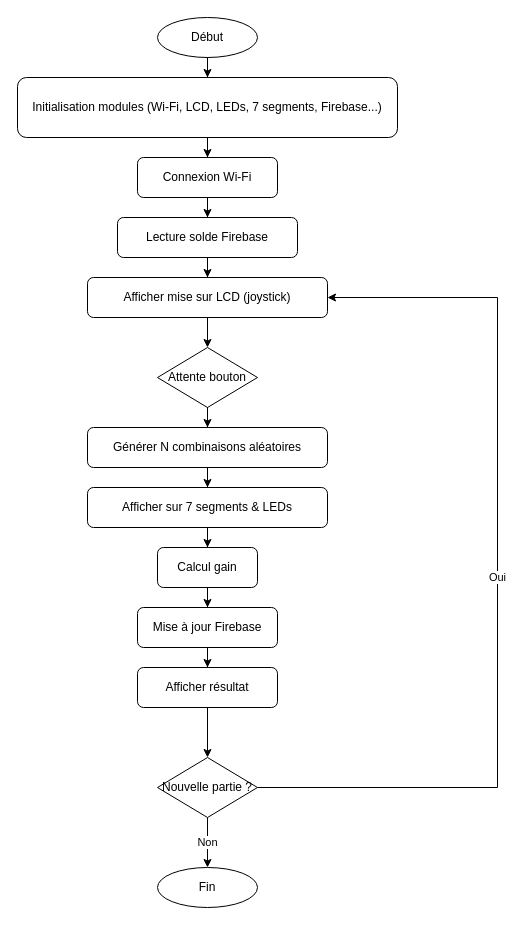
The draw.io diagram Projet-Elec-2025/ordinogramme.drawio in Akanaifu/Dev-Web-2024, before the edit. Source tidied: cells renumbered, new cells numbered last; positions are measured from the earlier drawing's top-left corner, leaving out a move shared by most shapes. Both pictures are drawn from the tidied source at 100%, with x=0, y=0 at pixel (17, 17).
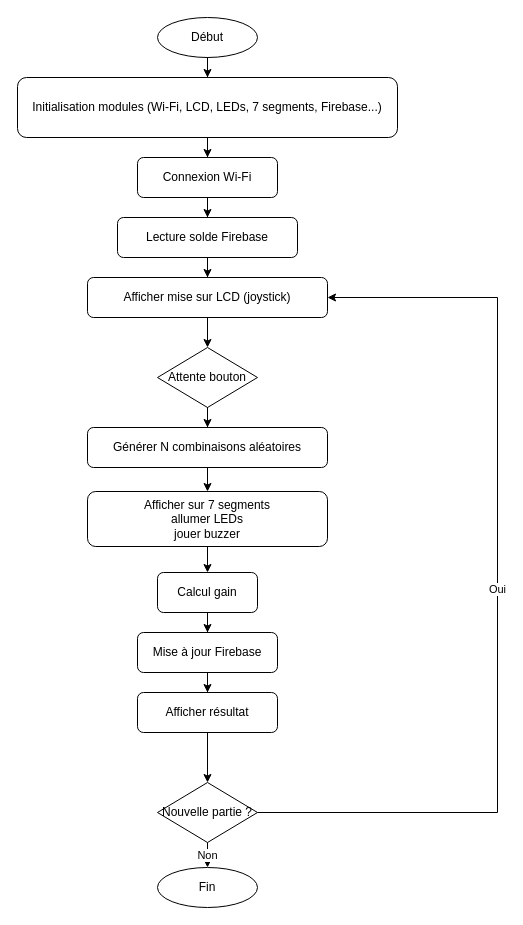
Above is the later version.

Diff of the diagram source:
```diff
@@
-    <mxCell id="9" value="Afficher sur 7 segments &amp; LEDs" style="rounded=1;whiteSpace=wrap;html=1;" parent="1" vertex="1">
-      <mxGeometry x="70" y="470" width="240" height="40" as="geometry" />
+    <mxCell id="9" value="Afficher sur 7 segments&lt;div&gt;allumer LEDs&lt;/div&gt;&lt;div&gt;jouer buzzer&lt;/div&gt;" style="rounded=1;whiteSpace=wrap;html=1;" parent="1" vertex="1">
+      <mxGeometry x="70" y="474" width="240" height="55" as="geometry" />
     </mxCell>
     <mxCell id="10" value="Calcul gain" style="rounded=1;whiteSpace=wrap;html=1;" parent="1" vertex="1">
-      <mxGeometry x="140" y="530" width="100" height="40" as="geometry" />
+      <mxGeometry x="140" y="555" width="100" height="40" as="geometry" />
     </mxCell>
     <mxCell id="11" value="Mise à jour Firebase" style="rounded=1;whiteSpace=wrap;html=1;" parent="1" vertex="1">
-      <mxGeometry x="120" y="590" width="140" height="40" as="geometry" />
+      <mxGeometry x="120" y="615" width="140" height="40" as="geometry" />
     </mxCell>
     <mxCell id="12" value="Afficher résultat" style="rounded=1;whiteSpace=wrap;html=1;" parent="1" vertex="1">
-      <mxGeometry x="120" y="650" width="140" height="40" as="geometry" />
+      <mxGeometry x="120" y="675" width="140" height="40" as="geometry" />
     </mxCell>
     <mxCell id="13" value="Nouvelle partie ?" style="rhombus;whiteSpace=wrap;html=1;" parent="1" vertex="1">
-      <mxGeometry x="140" y="740" width="100" height="60" as="geometry" />
+      <mxGeometry x="140" y="765" width="100" height="60" as="geometry" />
     </mxCell>
```
